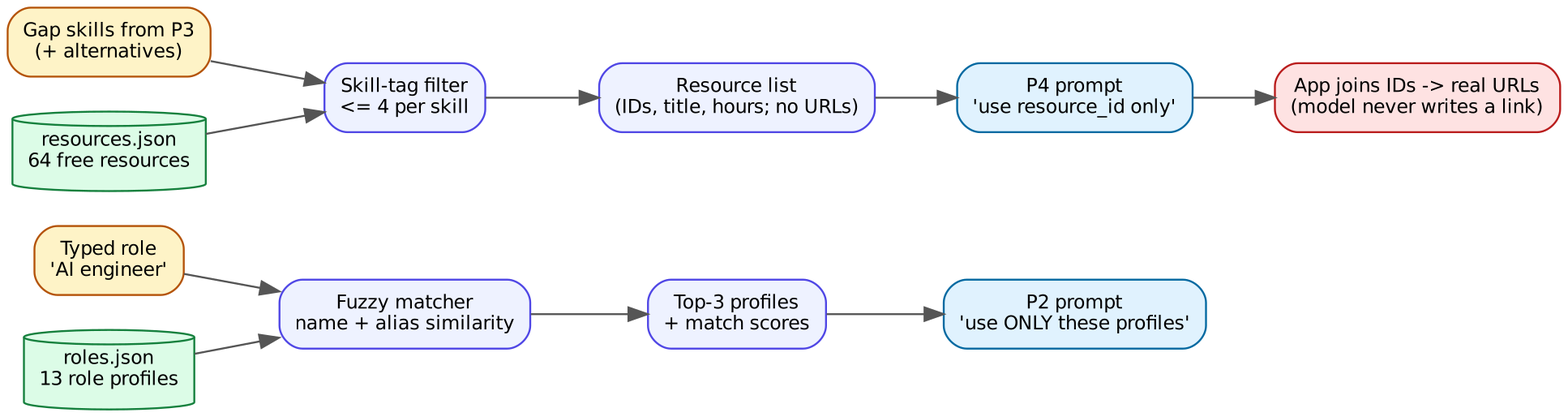
The Graphviz diagram docs/diagrams/rag_pipeline.png in vanshchaudhary2810/skillit-prompt, before a commit. Its source is kept beside it as docs/diagrams/rag_pipeline.dot.
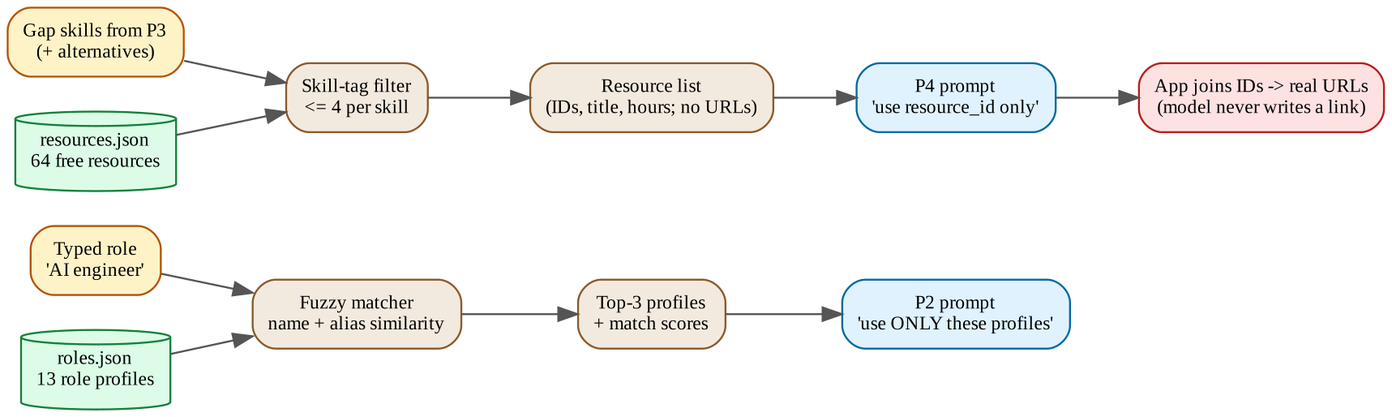
Later version of the same file.

The edit, as a diff of the source:
```diff
@@ -1,4 +1,4 @@
-digraph G { rankdir=LR; node [fontname="Helvetica", fontsize=10, style="rounded,filled", shape=box, fillcolor="#EEF2FF", color="#4F46E5"]; edge [fontname="Helvetica", fontsize=9, color="#555555"];
+digraph G { rankdir=LR; node [fontname="Liberation Serif", fontsize=10, style="rounded,filled", shape=box, fillcolor="#F3EADF", color="#8B5A2B"]; edge [fontname="Liberation Serif", fontsize=9, color="#555555"];
 tr [label="Typed role\n'AI engineer'", fillcolor="#FEF3C7", color="#B45309"]; rj [label="roles.json\n13 role profiles", shape=cylinder, fillcolor="#DCFCE7", color="#15803D"];
 fm [label="Fuzzy matcher\nname + alias similarity"]; top [label="Top-3 profiles\n+ match scores"]; p2 [label="P2 prompt\n'use ONLY these profiles'", fillcolor="#E0F2FE", color="#0369A1"];
 gp [label="Gap skills from P3\n(+ alternatives)", fillcolor="#FEF3C7", color="#B45309"]; rs [label="resources.json\n64 free resources", shape=cylinder, fillcolor="#DCFCE7", color="#15803D"];
```
